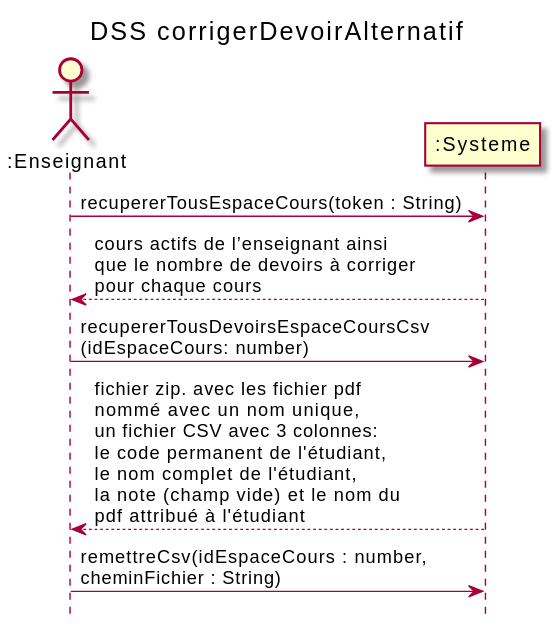
The PlantUML diagram out/docs/CorrigerDevoir/DSS_corrigerDevoir/dss_corrigerDevoirAlternatif.svg in nerdz88/SGA-TS, before a commit. The source it was exported from:
```plantuml
@startuml
title DSS corrigerDevoirAlternatif
hide footbox
actor ":Enseignant" as enseignant
participant ":Systeme" as systeme

enseignant ->  systeme : recupererTousEspaceCours(token : String)
enseignant <-- systeme : cours actifs de l’enseignant ainsi\nque le nombre de devoirs à corriger\npour chaque cours
enseignant -> systeme : recupererTousDevoirsEspaceCoursCsv\n(idEspaceCours: number)
systeme --> enseignant : fichier zip. avec les fichier pdf\nnommé avec un nom unique,\nun fichier CSV avec 3 colonnes:\nle code permanent de l'étudiant,\nle nom complet de l'étudiant,\nla note (champ vide) et le nom du\npdf attribué à l'étudiant
enseignant -> systeme : remettreCsv(idEspaceCours : number,\ncheminFichier : String)
@enduml
```
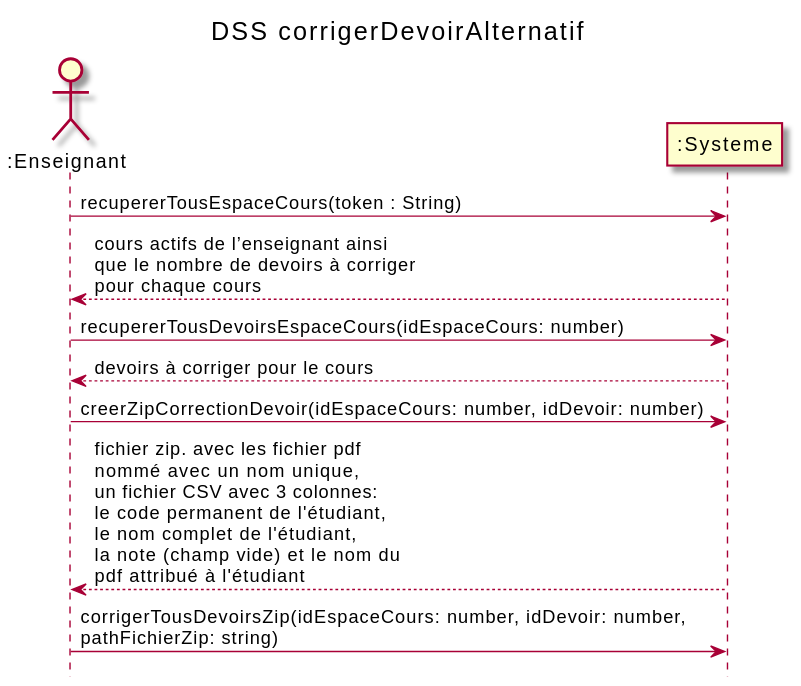
Above is the later version.

What changed in the source:
```diff
@@ -6,7 +6,9 @@
 
 enseignant ->  systeme : recupererTousEspaceCours(token : String)
 enseignant <-- systeme : cours actifs de l’enseignant ainsi\nque le nombre de devoirs à corriger\npour chaque cours
-enseignant -> systeme : recupererTousDevoirsEspaceCoursCsv\n(idEspaceCours: number)
+enseignant -> systeme : recupererTousDevoirsEspaceCours(idEspaceCours: number)
+systeme --> enseignant : devoirs à corriger pour le cours
+enseignant -> systeme : creerZipCorrectionDevoir(idEspaceCours: number, idDevoir: number)
 systeme --> enseignant : fichier zip. avec les fichier pdf\nnommé avec un nom unique,\nun fichier CSV avec 3 colonnes:\nle code permanent de l'étudiant,\nle nom complet de l'étudiant,\nla note (champ vide) et le nom du\npdf attribué à l'étudiant
-enseignant -> systeme : remettreCsv(idEspaceCours : number,\ncheminFichier : String)
+enseignant -> systeme : corrigerTousDevoirsZip(idEspaceCours: number, idDevoir: number,\npathFichierZip: string)
 @enduml
```
